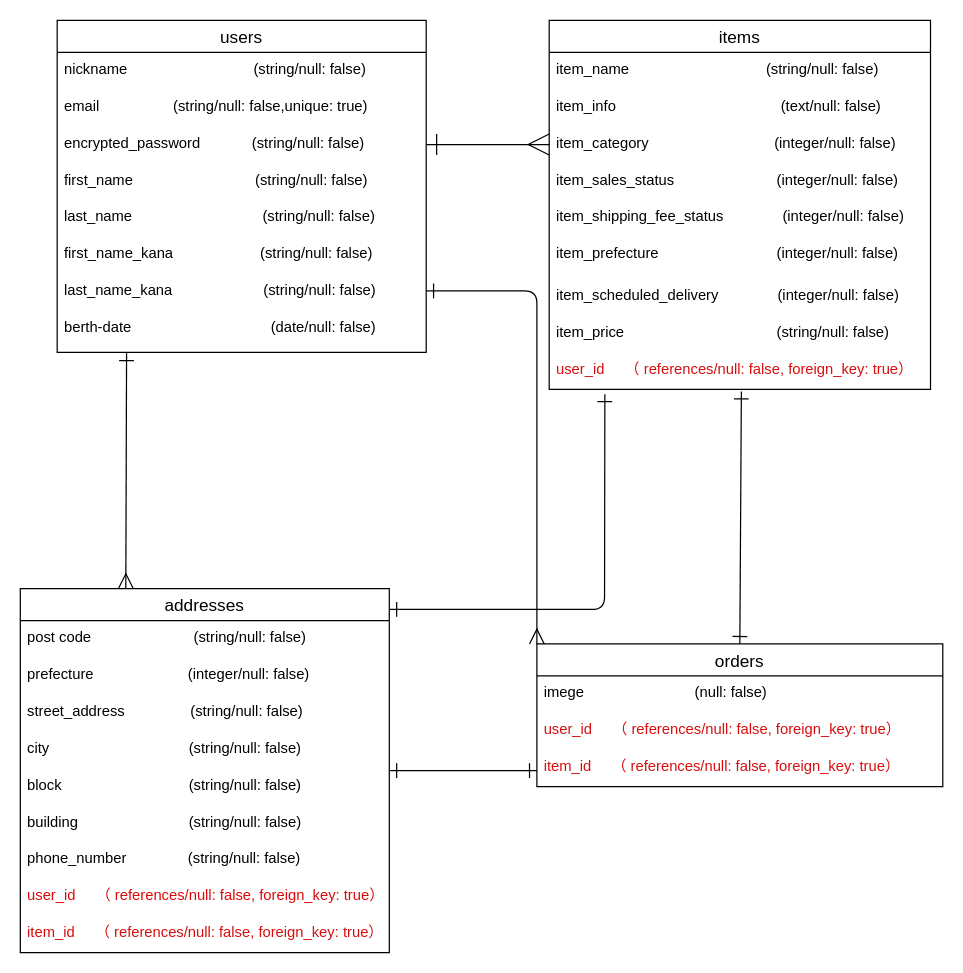
Before: config/furima.dio in bennzou/furima-40235, a draw.io diagram. Source tidied: cells renumbered, new cells numbered last; positions are measured from the earlier drawing's top-left corner, leaving out a move shared by most shapes. Both pictures are drawn from the tidied source at 123%, with x=0, y=0 at pixel (20, 20).
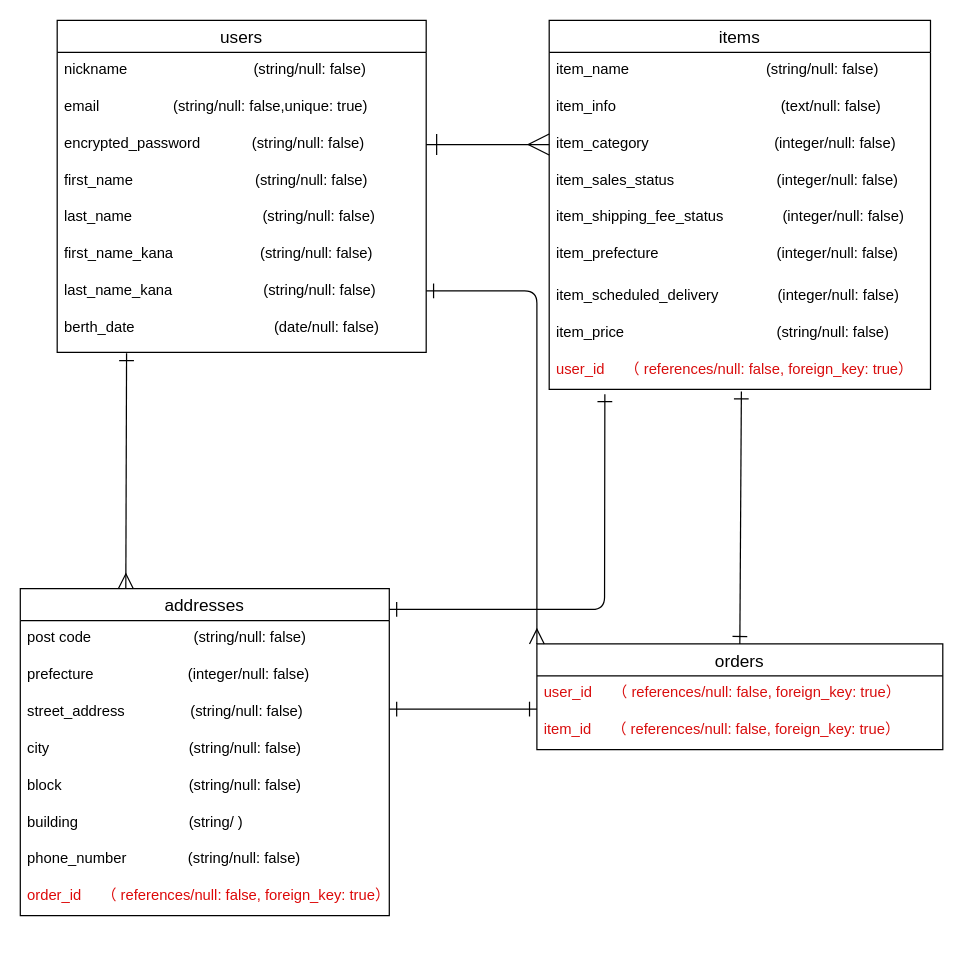
Above is the later version.

Commit message (it also covers changes not shown here):
データベース　修正3

The change refers to these unchanged cells:
```xml
<mxCell id="2" value="users" style="swimlane;fontStyle=0;horizontal=1;startSize=26;align=center;fontSize=14;" parent="1" vertex="1">
  <mxGeometry x="30" width="300" height="270" as="geometry" />
</mxCell>
```

Change to the diagram source:
```diff
@@
-    <mxCell id="10" value="berth-date　　　　　                (date/null: false)" style="text;strokeColor=none;fillColor=none;spacingLeft=4;spacingRight=4;overflow=hidden;points=[[0,0.5],[1,0.5]];portConstraint=eastwest;fontSize=12;" parent="2" vertex="1">
+    <mxCell id="10" value="berth_date　　　　　                (date/null: false)" style="text;strokeColor=none;fillColor=none;spacingLeft=4;spacingRight=4;overflow=hidden;points=[[0,0.5],[1,0.5]];portConstraint=eastwest;fontSize=12;" parent="2" vertex="1">
       <mxGeometry y="236" width="300" height="34" as="geometry" />
     </mxCell>
@@
     <mxCell id="21" value="orders" style="swimlane;fontStyle=0;horizontal=1;startSize=26;align=center;fontSize=14;" parent="1" vertex="1">
-      <mxGeometry x="420" y="507" width="330" height="116" as="geometry" />
+      <mxGeometry x="420" y="507" width="330" height="86" as="geometry" />
     </mxCell>
-    <mxCell id="22" value="imege                           (null: false)" style="text;strokeColor=none;fillColor=none;spacingLeft=4;spacingRight=4;overflow=hidden;fontSize=12;" parent="21" vertex="1">
-      <mxGeometry y="26" width="330" height="30" as="geometry" />
-    </mxCell>
     <mxCell id="23" value="user_id     （ references/null: false, foreign_key: true）" style="text;spacingLeft=4;spacingRight=4;overflow=hidden;fontSize=12;fontColor=#d90d0d;" parent="21" vertex="1">
-      <mxGeometry y="56" width="330" height="30" as="geometry" />
+      <mxGeometry y="26" width="330" height="30" as="geometry" />
     </mxCell>
     <mxCell id="24" value="item_id     （ references/null: false, foreign_key: true）" style="text;spacingLeft=4;spacingRight=4;overflow=hidden;fontSize=12;fontColor=#d90d0d;" parent="21" vertex="1">
-      <mxGeometry y="86" width="330" height="30" as="geometry" />
+      <mxGeometry y="56" width="330" height="30" as="geometry" />
     </mxCell>
-    <mxCell id="25" style="edgeStyle=none;html=1;exitX=1;exitY=0.5;exitDx=0;exitDy=0;startArrow=ERone;startFill=0;endArrow=ERone;endFill=0;startSize=10;endSize=10;" parent="1" edge="1" source="26">
+    <mxCell id="25" style="edgeStyle=none;html=1;startArrow=ERone;startFill=0;endArrow=ERone;endFill=0;startSize=10;endSize=10;" parent="1" edge="1">
       <mxGeometry relative="1" as="geometry">
-        <mxPoint x="420" y="610" as="targetPoint" />
+        <mxPoint x="300" y="560" as="sourcePoint" />
+        <mxPoint x="420" y="560" as="targetPoint" />
+        <Array as="points">
+          <mxPoint x="350" y="560" />
+        </Array>
       </mxGeometry>
     </mxCell>
     <mxCell id="26" value="addresses" style="swimlane;fontStyle=0;horizontal=1;startSize=26;align=center;fontSize=14;" parent="1" vertex="1">
-      <mxGeometry y="462" width="300" height="296" as="geometry" />
+      <mxGeometry y="462" width="300" height="266" as="geometry" />
     </mxCell>
@@
-    <mxCell id="32" value="building                           (string/null: false)" style="text;strokeColor=none;fillColor=none;spacingLeft=4;spacingRight=4;overflow=hidden;fontSize=12;" parent="26" vertex="1">
+    <mxCell id="32" value="building                           (string/ )" style="text;strokeColor=none;fillColor=none;spacingLeft=4;spacingRight=4;overflow=hidden;fontSize=12;" parent="26" vertex="1">
       <mxGeometry y="176" width="300" height="30" as="geometry" />
     </mxCell>
@@
-    <mxCell id="34" value="user_id     （ references/null: false, foreign_key: true）" style="text;strokeColor=none;fillColor=none;spacingLeft=4;spacingRight=4;overflow=hidden;fontSize=12;fontColor=#dd0808;" parent="26" vertex="1">
+    <mxCell id="34" value="order_id     （ references/null: false, foreign_key: true）" style="text;strokeColor=none;fillColor=none;spacingLeft=4;spacingRight=4;overflow=hidden;fontSize=12;fontColor=#dd0808;" parent="26" vertex="1">
       <mxGeometry y="236" width="300" height="30" as="geometry" />
     </mxCell>
-    <mxCell id="35" value="item_id     （ references/null: false, foreign_key: true）" style="text;spacingLeft=4;spacingRight=4;overflow=hidden;fontSize=12;fontColor=#d90d0d;" parent="26" vertex="1">
-      <mxGeometry y="266" width="300" height="30" as="geometry" />
-    </mxCell>
```
